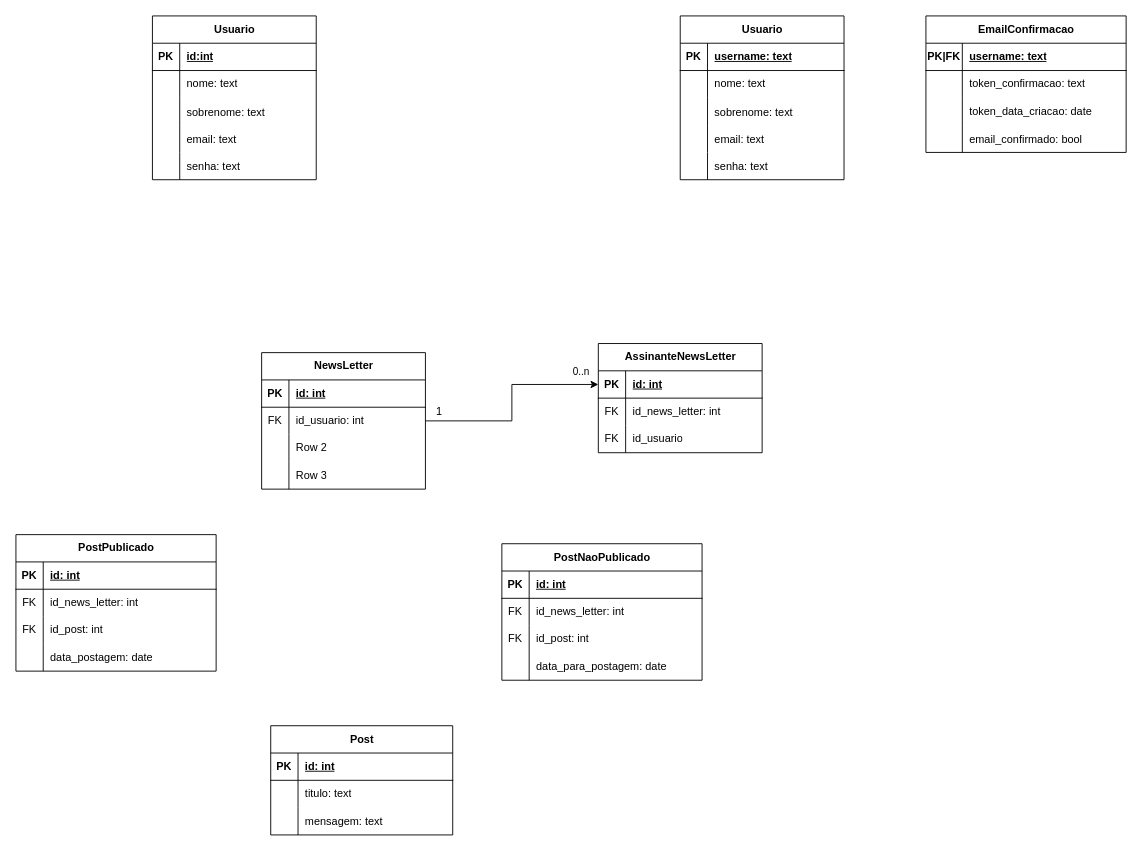
Earlier version of the draw.io diagram Backend/docs/modelo relacional/modelo_relacional.drawio (miqueiassggarcia/YourNewsletter). Source tidied: cells renumbered, new cells numbered last; positions are measured from the earlier drawing's top-left corner, leaving out a move shared by most shapes. Both pictures are drawn from the tidied source at 91%, with x=0, y=0 at pixel (15, 15).
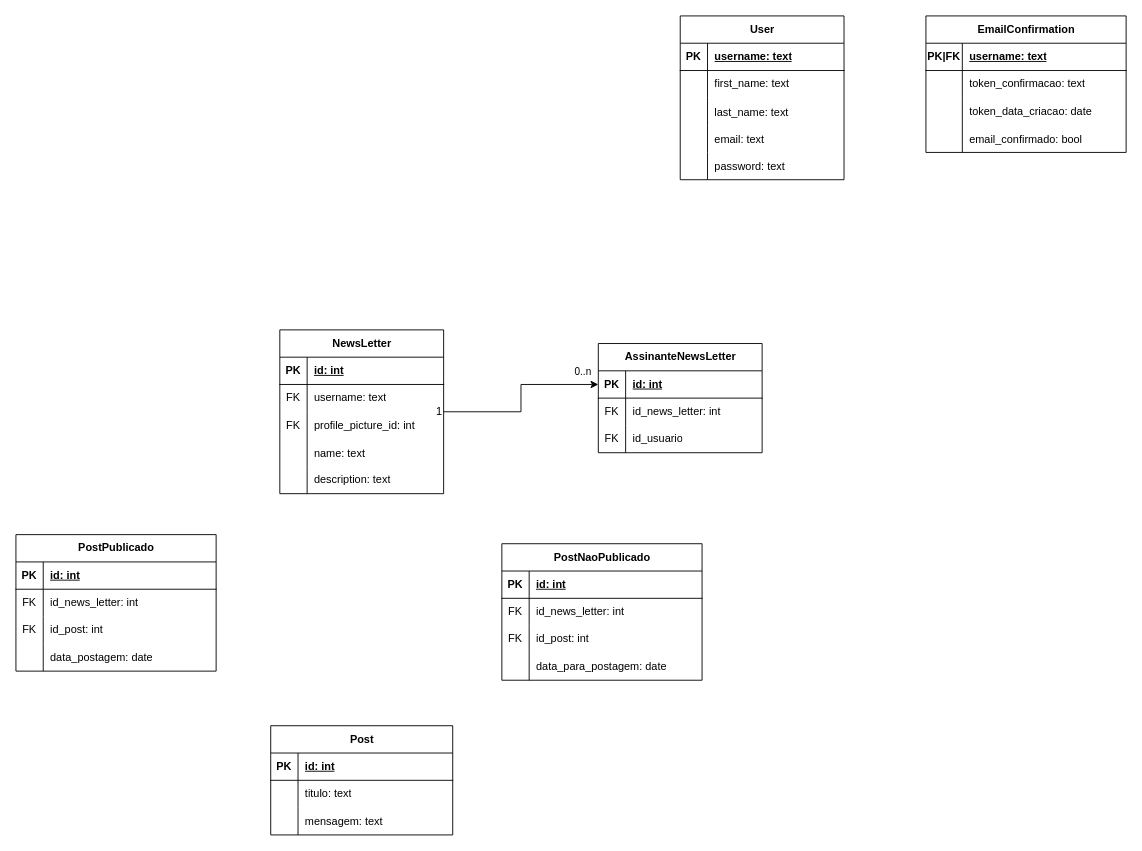
The same page after the edit.

Unchanged cells that the change refers to:
```xml
<mxCell id="37" style="shape=tableRow;horizontal=0;startSize=0;swimlaneHead=0;swimlaneBody=0;fillColor=none;top=0;left=0;right=0;bottom=0;" parent="33" vertex="1">
  <mxGeometry y="60" width="180" height="30" as="geometry" />
</mxCell>
<mxCell id="40" style="shape=tableRow;horizontal=0;startSize=0;swimlaneHead=0;swimlaneBody=0;fillColor=none;top=0;left=0;right=0;bottom=0;" parent="33" vertex="1">
  <mxGeometry y="90" width="180" height="30" as="geometry" />
</mxCell>
<mxCell id="97" style="shape=tableRow;horizontal=0;startSize=0;swimlaneHead=0;swimlaneBody=0;fillColor=none;top=0;left=0;right=0;bottom=0;" parent="93" vertex="1">
  <mxGeometry y="60" width="180" height="30" as="geometry" />
</mxCell>
<mxCell id="100" style="shape=tableRow;horizontal=0;startSize=0;swimlaneHead=0;swimlaneBody=0;fillColor=none;top=0;left=0;right=0;bottom=0;" parent="93" vertex="1">
  <mxGeometry y="90" width="180" height="30" as="geometry" />
</mxCell>
<mxCell id="106" style="shape=tableRow;horizontal=0;startSize=0;swimlaneHead=0;swimlaneBody=0;fillColor=none;top=0;left=0;right=0;bottom=0;" parent="93" vertex="1">
  <mxGeometry y="150" width="180" height="30" as="geometry" />
</mxCell>
```

The edit, as a diff of the source:
```diff
@@
-    <mxCell id="2" value="Usuario" style="shape=table;startSize=30;childLayout=tableLayout;rowLines=0;fontStyle=1;align=center;html=1;" parent="1" vertex="1">
-      <mxGeometry x="150" width="180" height="180" as="geometry" />
-    </mxCell>
-    <mxCell id="3" style="shape=tableRow;horizontal=0;startSize=0;swimlaneHead=0;swimlaneBody=0;fillColor=none;top=0;left=0;right=0;bottom=1;" parent="2" vertex="1">
-      <mxGeometry y="30" width="180" height="30" as="geometry" />
-    </mxCell>
-    <mxCell id="4" value="PK" style="shape=partialRectangle;fillColor=none;top=0;left=0;bottom=0;right=0;fontStyle=1;overflow=hidden;whiteSpace=wrap;html=1;" parent="3" vertex="1">
-      <mxGeometry width="30" height="30" as="geometry" />
-    </mxCell>
-    <mxCell id="5" value="id:int" style="shape=partialRectangle;fillColor=none;top=0;left=0;bottom=0;right=0;align=left;spacingLeft=6;fontStyle=5;overflow=hidden;whiteSpace=wrap;html=1;" parent="3" vertex="1">
-      <mxGeometry x="30" width="150" height="30" as="geometry" />
-    </mxCell>
-    <mxCell id="6" style="shape=tableRow;horizontal=0;startSize=0;swimlaneHead=0;swimlaneBody=0;fillColor=none;top=0;left=0;right=0;bottom=0;" parent="2" vertex="1">
-      <mxGeometry y="60" width="180" height="30" as="geometry" />
-    </mxCell>
-    <mxCell id="7" style="shape=partialRectangle;fillColor=none;top=0;left=0;bottom=0;right=0;overflow=hidden;whiteSpace=wrap;html=1;" parent="6" vertex="1">
-      <mxGeometry width="30" height="30" as="geometry" />
-    </mxCell>
-    <mxCell id="8" value="nome: text" style="shape=partialRectangle;fillColor=none;top=0;left=0;bottom=0;right=0;align=left;spacingLeft=6;overflow=hidden;whiteSpace=wrap;html=1;" parent="6" vertex="1">
-      <mxGeometry x="30" width="150" height="30" as="geometry" />
-    </mxCell>
-    <mxCell id="9" style="shape=tableRow;horizontal=0;startSize=0;swimlaneHead=0;swimlaneBody=0;fillColor=none;top=0;left=0;right=0;bottom=0;" parent="2" vertex="1">
-      <mxGeometry y="90" width="180" height="30" as="geometry" />
-    </mxCell>
-    <mxCell id="10" style="shape=partialRectangle;fillColor=none;top=0;left=0;bottom=0;right=0;overflow=hidden;" parent="9" vertex="1">
-      <mxGeometry width="30" height="30" as="geometry" />
-    </mxCell>
-    <mxCell id="11" value="sobrenome: text" style="shape=partialRectangle;fillColor=none;top=0;left=0;bottom=0;right=0;align=left;spacingLeft=6;overflow=hidden;" parent="9" vertex="1">
-      <mxGeometry x="30" width="150" height="30" as="geometry" />
-    </mxCell>
-    <mxCell id="12" style="shape=tableRow;horizontal=0;startSize=0;swimlaneHead=0;swimlaneBody=0;fillColor=none;top=0;left=0;right=0;bottom=0;" parent="2" vertex="1">
-      <mxGeometry y="120" width="180" height="30" as="geometry" />
-    </mxCell>
-    <mxCell id="13" style="shape=partialRectangle;fillColor=none;top=0;left=0;bottom=0;right=0;overflow=hidden;" parent="12" vertex="1">
-      <mxGeometry width="30" height="30" as="geometry" />
-    </mxCell>
-    <mxCell id="14" value="email: text" style="shape=partialRectangle;fillColor=none;top=0;left=0;bottom=0;right=0;align=left;spacingLeft=6;overflow=hidden;" parent="12" vertex="1">
-      <mxGeometry x="30" width="150" height="30" as="geometry" />
-    </mxCell>
-    <mxCell id="15" style="shape=tableRow;horizontal=0;startSize=0;swimlaneHead=0;swimlaneBody=0;fillColor=none;top=0;left=0;right=0;bottom=0;" parent="2" vertex="1">
-      <mxGeometry y="150" width="180" height="30" as="geometry" />
-    </mxCell>
-    <mxCell id="16" style="shape=partialRectangle;fillColor=none;top=0;left=0;bottom=0;right=0;overflow=hidden;" parent="15" vertex="1">
-      <mxGeometry width="30" height="30" as="geometry" />
-    </mxCell>
-    <mxCell id="17" value="senha: text" style="shape=partialRectangle;fillColor=none;top=0;left=0;bottom=0;right=0;align=left;spacingLeft=6;overflow=hidden;" parent="15" vertex="1">
-      <mxGeometry x="30" width="150" height="30" as="geometry" />
-    </mxCell>
-    <mxCell id="18" value="EmailConfirmacao" style="shape=table;startSize=30;childLayout=tableLayout;rowLines=0;fontStyle=1;align=center;html=1;" parent="1" vertex="1">
+    <mxCell id="18" value="EmailConfirmation" style="shape=table;startSize=30;childLayout=tableLayout;rowLines=0;fontStyle=1;align=center;html=1;" parent="1" vertex="1">
       <mxGeometry x="1000" width="220" height="150" as="geometry" />
     </mxCell>
@@
     <mxCell id="33" value="NewsLetter" style="shape=table;startSize=30;childLayout=tableLayout;rowLines=0;fontStyle=1;align=center;html=1;" parent="1" vertex="1">
-      <mxGeometry x="270" y="370" width="180" height="150" as="geometry" />
+      <mxGeometry x="290" y="345" width="180" height="180" as="geometry" />
     </mxCell>
@@
-    <mxCell id="39" value="id_usuario: int" style="shape=partialRectangle;fillColor=none;top=0;left=0;bottom=0;right=0;align=left;spacingLeft=6;overflow=hidden;whiteSpace=wrap;html=1;" parent="37" vertex="1">
+    <mxCell id="39" value="username: text" style="shape=partialRectangle;fillColor=none;top=0;left=0;bottom=0;right=0;align=left;spacingLeft=6;overflow=hidden;whiteSpace=wrap;html=1;" parent="37" vertex="1">
       <mxGeometry x="30" width="150" height="30" as="geometry" />
     </mxCell>
@@
-    <mxCell id="41" style="shape=partialRectangle;fillColor=none;top=0;left=0;bottom=0;right=0;overflow=hidden;whiteSpace=wrap;html=1;" parent="40" vertex="1">
+    <mxCell id="41" value="FK" style="shape=partialRectangle;fillColor=none;top=0;left=0;bottom=0;right=0;overflow=hidden;whiteSpace=wrap;html=1;" parent="40" vertex="1">
       <mxGeometry width="30" height="30" as="geometry" />
     </mxCell>
-    <mxCell id="42" value="Row 2" style="shape=partialRectangle;fillColor=none;top=0;left=0;bottom=0;right=0;align=left;spacingLeft=6;overflow=hidden;whiteSpace=wrap;html=1;" parent="40" vertex="1">
+    <mxCell id="42" value="profile_picture_id: int" style="shape=partialRectangle;fillColor=none;top=0;left=0;bottom=0;right=0;align=left;spacingLeft=6;overflow=hidden;whiteSpace=wrap;html=1;" parent="40" vertex="1">
       <mxGeometry x="30" width="150" height="30" as="geometry" />
     </mxCell>
+    <mxCell id="12" style="shape=tableRow;horizontal=0;startSize=0;swimlaneHead=0;swimlaneBody=0;fillColor=none;top=0;left=0;right=0;bottom=0;" parent="33" vertex="1">
+      <mxGeometry y="120" width="180" height="30" as="geometry" />
+    </mxCell>
+    <mxCell id="109" style="shape=partialRectangle;fillColor=none;top=0;left=0;bottom=0;right=0;overflow=hidden;" parent="12" vertex="1">
+      <mxGeometry width="30" height="30" as="geometry" />
+    </mxCell>
+    <mxCell id="110" value="name: text" style="shape=partialRectangle;fillColor=none;top=0;left=0;bottom=0;right=0;align=left;spacingLeft=6;overflow=hidden;" parent="12" vertex="1">
+      <mxGeometry x="30" width="150" height="30" as="geometry" />
+    </mxCell>
     <mxCell id="43" style="shape=tableRow;horizontal=0;startSize=0;swimlaneHead=0;swimlaneBody=0;fillColor=none;top=0;left=0;right=0;bottom=0;" parent="33" vertex="1">
-      <mxGeometry y="120" width="180" height="30" as="geometry" />
+      <mxGeometry y="150" width="180" height="30" as="geometry" />
     </mxCell>
@@
-    <mxCell id="45" value="Row 3" style="shape=partialRectangle;fillColor=none;top=0;left=0;bottom=0;right=0;align=left;spacingLeft=6;overflow=hidden;whiteSpace=wrap;html=1;" parent="43" vertex="1">
+    <mxCell id="45" value="description: text" style="shape=partialRectangle;fillColor=none;top=0;left=0;bottom=0;right=0;align=left;spacingLeft=6;overflow=hidden;whiteSpace=wrap;html=1;" parent="43" vertex="1">
       <mxGeometry x="30" width="150" height="30" as="geometry" />
     </mxCell>
@@
-    <mxCell id="93" value="Usuario" style="shape=table;startSize=30;childLayout=tableLayout;rowLines=0;fontStyle=1;align=center;html=1;" parent="1" vertex="1">
+    <mxCell id="93" value="User" style="shape=table;startSize=30;childLayout=tableLayout;rowLines=0;fontStyle=1;align=center;html=1;" parent="1" vertex="1">
       <mxGeometry x="730" width="180" height="180" as="geometry" />
     </mxCell>
@@
-    <mxCell id="99" value="nome: text" style="shape=partialRectangle;fillColor=none;top=0;left=0;bottom=0;right=0;align=left;spacingLeft=6;overflow=hidden;whiteSpace=wrap;html=1;" parent="97" vertex="1">
+    <mxCell id="99" value="first_name: text" style="shape=partialRectangle;fillColor=none;top=0;left=0;bottom=0;right=0;align=left;spacingLeft=6;overflow=hidden;whiteSpace=wrap;html=1;" parent="97" vertex="1">
       <mxGeometry x="30" width="150" height="30" as="geometry" />
     </mxCell>
@@
-    <mxCell id="102" value="sobrenome: text" style="shape=partialRectangle;fillColor=none;top=0;left=0;bottom=0;right=0;align=left;spacingLeft=6;overflow=hidden;" parent="100" vertex="1">
+    <mxCell id="102" value="last_name: text" style="shape=partialRectangle;fillColor=none;top=0;left=0;bottom=0;right=0;align=left;spacingLeft=6;overflow=hidden;" parent="100" vertex="1">
       <mxGeometry x="30" width="150" height="30" as="geometry" />
     </mxCell>
@@
-    <mxCell id="108" value="senha: text" style="shape=partialRectangle;fillColor=none;top=0;left=0;bottom=0;right=0;align=left;spacingLeft=6;overflow=hidden;" parent="106" vertex="1">
+    <mxCell id="108" value="password: text" style="shape=partialRectangle;fillColor=none;top=0;left=0;bottom=0;right=0;align=left;spacingLeft=6;overflow=hidden;" parent="106" vertex="1">
       <mxGeometry x="30" width="150" height="30" as="geometry" />
     </mxCell>
```
